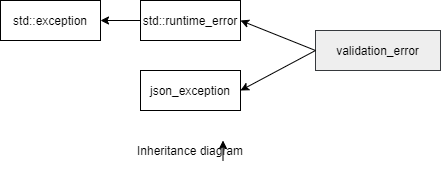
danielaparker/jsoncons keeps this draw.io diagram as doc/ref/jsonschema/diagrams/validation_error.png. Above is the earlier version. Source tidied: cells renumbered, new cells last; positions are measured from the earlier drawing's top-left corner, leaving out a move shared by most shapes.
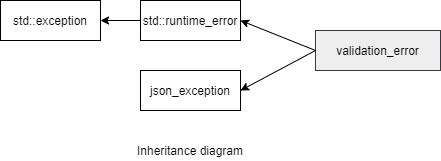
Above is the later version.

What changed in the source:
```diff
@@ -26,8 +26,5 @@
     <mxCell id="9" style="endArrow=classic;html=1;entryX=1;entryY=0.5;entryDx=0;entryDy=0;exitX=0;exitY=0.5;exitDx=0;exitDy=0;" parent="1" edge="1" source="5" target="8">
       <mxGeometry relative="1" as="geometry" />
     </mxCell>
-    <mxCell id="10" style="edgeStyle=orthogonalEdgeStyle;rounded=0;orthogonalLoop=1;jettySize=auto;html=1;exitX=0.75;exitY=1;exitDx=0;exitDy=0;entryX=0.75;entryY=0;entryDx=0;entryDy=0;" parent="1" edge="1" source="7" target="7">
-      <mxGeometry relative="1" as="geometry" />
-    </mxCell>
   </root>
 </mxGraphModel>
```
